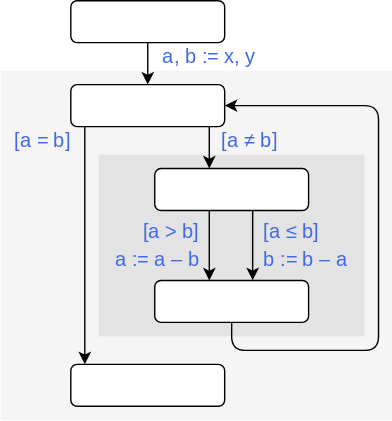
Above: content/01 On Algorithms/img/EuclidShades.svg in emilsekerinski/ictac2024tutorial (draw.io), before the change. Source tidied: cells renumbered, new cells last; positions are measured from the earlier drawing's top-left corner, leaving out a move shared by most shapes.
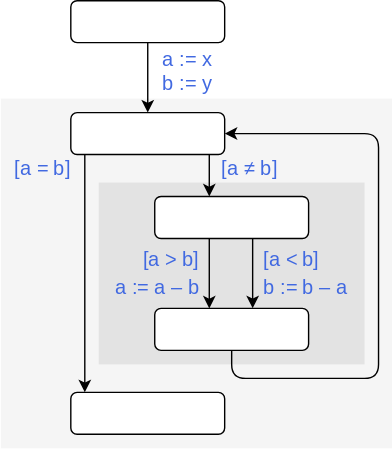
After the commit.

What changed in the source:
```diff
@@ -9,7 +9,7 @@
       <mxGeometry x="70" y="110" width="190" height="130" as="geometry" />
     </mxCell>
     <mxCell id="4" value="&lt;div style=&quot;text-align: left&quot;&gt;&lt;br&gt;&lt;/div&gt;" style="rounded=1;whiteSpace=wrap;html=1;fillColor=#ffffff;gradientColor=none;fontSize=14;fontColor=#d2691e;align=center;fontFamily=Noto Sans;" parent="1" vertex="1">
-      <mxGeometry x="50" width="110" height="30" as="geometry" />
+      <mxGeometry x="50" y="-20" width="110" height="30" as="geometry" />
     </mxCell>
     <mxCell id="5" value="&lt;div style=&quot;text-align: left&quot;&gt;&lt;br&gt;&lt;/div&gt;" style="rounded=1;whiteSpace=wrap;html=1;fillColor=#ffffff;gradientColor=none;fontSize=14;fontColor=#d2691e;align=center;fontFamily=Noto Sans;" parent="1" vertex="1">
       <mxGeometry x="50" y="60" width="110" height="30" as="geometry" />
@@ -17,8 +17,8 @@
     <mxCell id="6" style="endArrow=classic;html=1;shadow=0;strokeColor=#000000;fontSize=12;fontColor=#006600;entryX=0.5;entryY=0;exitX=0.5;exitY=1;fontFamily=Noto Sans;" parent="1" edge="1" source="4" target="5">
       <mxGeometry relative="1" as="geometry" />
     </mxCell>
-    <mxCell id="7" value="&lt;div&gt;&lt;font color=&quot;#4169e1&quot;&gt;a, b := x, y&lt;/font&gt;&lt;/div&gt;" style="text;html=1;strokeColor=none;fillColor=none;align=left;verticalAlign=middle;whiteSpace=wrap;fontSize=14;fontColor=#d2691e;fontFamily=Noto Sans;spacingLeft=9;" parent="1" vertex="1">
-      <mxGeometry x="105" y="30" width="95" height="20" as="geometry" />
+    <mxCell id="7" value="&lt;div&gt;&lt;font color=&quot;#4169e1&quot;&gt;a := x&lt;br&gt;b := y&lt;/font&gt;&lt;/div&gt;" style="text;html=1;strokeColor=none;fillColor=none;align=left;verticalAlign=middle;whiteSpace=wrap;fontSize=14;fontColor=#d2691e;fontFamily=Noto Sans;spacingLeft=9;" parent="1" vertex="1">
+      <mxGeometry x="105" y="10" width="95" height="40" as="geometry" />
     </mxCell>
     <mxCell id="8" value="&lt;div style=&quot;text-align: left&quot;&gt;&lt;br&gt;&lt;/div&gt;" style="rounded=1;whiteSpace=wrap;html=1;fillColor=#ffffff;gradientColor=none;fontSize=14;fontColor=#d2691e;align=center;fontFamily=Noto Sans;" parent="1" vertex="1">
       <mxGeometry x="50" y="260" width="110" height="30" as="geometry" />
@@ -64,7 +64,7 @@
     <mxCell id="18" value="&lt;div style=&quot;text-align: right&quot;&gt;&lt;font color=&quot;#4169e1&quot;&gt;a := a – b&lt;/font&gt;&lt;/div&gt;" style="text;html=1;strokeColor=none;fillColor=none;align=right;verticalAlign=middle;whiteSpace=wrap;fontSize=14;fontColor=#d2691e;spacingRight=6;fontFamily=Noto Sans;" parent="1" vertex="1">
       <mxGeometry x="60" y="170" width="90" height="30" as="geometry" />
     </mxCell>
-    <mxCell id="19" value="&lt;div style=&quot;text-align: left&quot;&gt;&lt;font color=&quot;#4169e1&quot;&gt;[a ≤ b]&lt;/font&gt;&lt;/div&gt;" style="text;html=1;strokeColor=none;fillColor=none;align=left;verticalAlign=middle;whiteSpace=wrap;fontSize=14;fontColor=#d2691e;spacingLeft=6;fontFamily=Noto Sans;" parent="1" vertex="1">
+    <mxCell id="19" value="&lt;div style=&quot;text-align: left&quot;&gt;&lt;font color=&quot;#4169e1&quot;&gt;[a &amp;lt; b]&lt;/font&gt;&lt;/div&gt;" style="text;html=1;strokeColor=none;fillColor=none;align=left;verticalAlign=middle;whiteSpace=wrap;fontSize=14;fontColor=#d2691e;spacingLeft=6;fontFamily=Noto Sans;" parent="1" vertex="1">
       <mxGeometry x="180" y="150" width="60" height="30" as="geometry" />
     </mxCell>
     <mxCell id="20" value="&lt;div style=&quot;text-align: left&quot;&gt;&lt;font color=&quot;#4169e1&quot;&gt;b := b – a&lt;/font&gt;&lt;/div&gt;" style="text;html=1;strokeColor=none;fillColor=none;align=left;verticalAlign=middle;whiteSpace=wrap;fontSize=14;fontColor=#d2691e;spacingLeft=6;fontFamily=Noto Sans;" parent="1" vertex="1">
```
